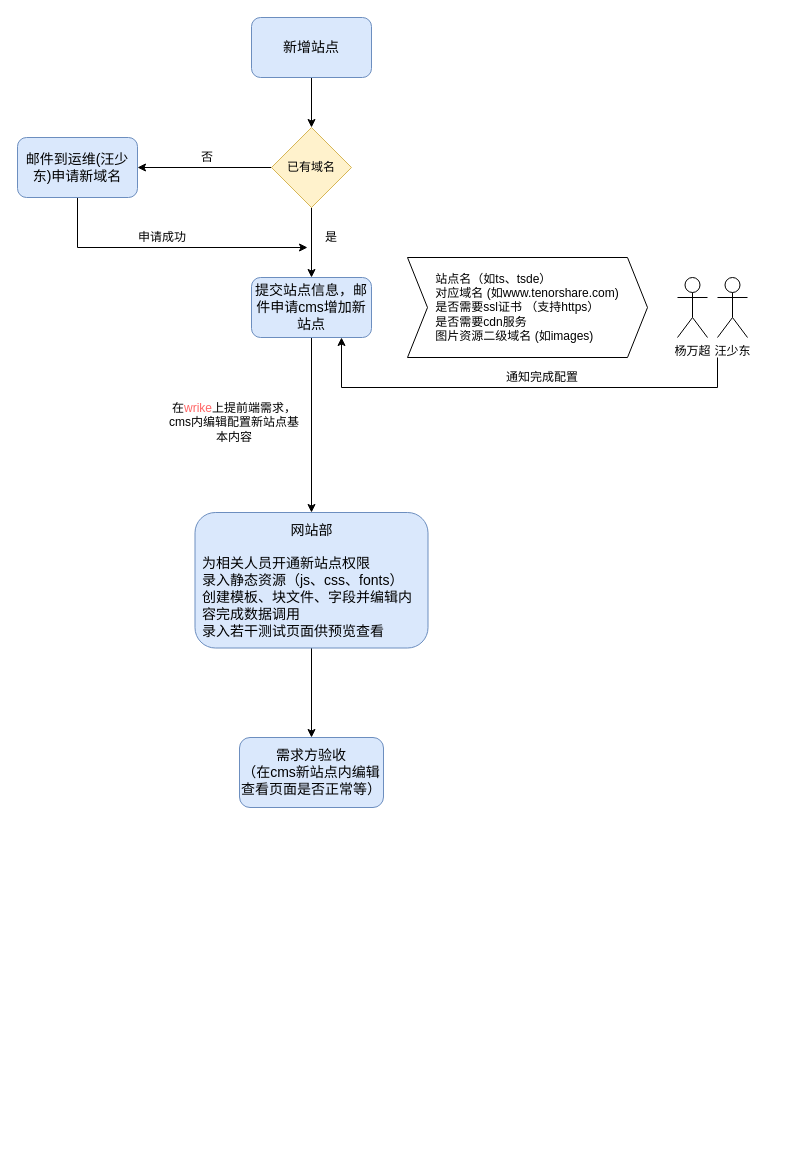
Above: page "cms新建站点流程" (11 of 15) of Untitled Diagram.drawio in wxlxxx/draw.io (draw.io), before the change. Source tidied: cells renumbered, new cells numbered last; positions are measured from the earlier drawing's top-left corner, leaving out a move shared by most shapes. Both pictures are drawn from the tidied source at 100%, with x=0, y=0 at pixel (17, 17).
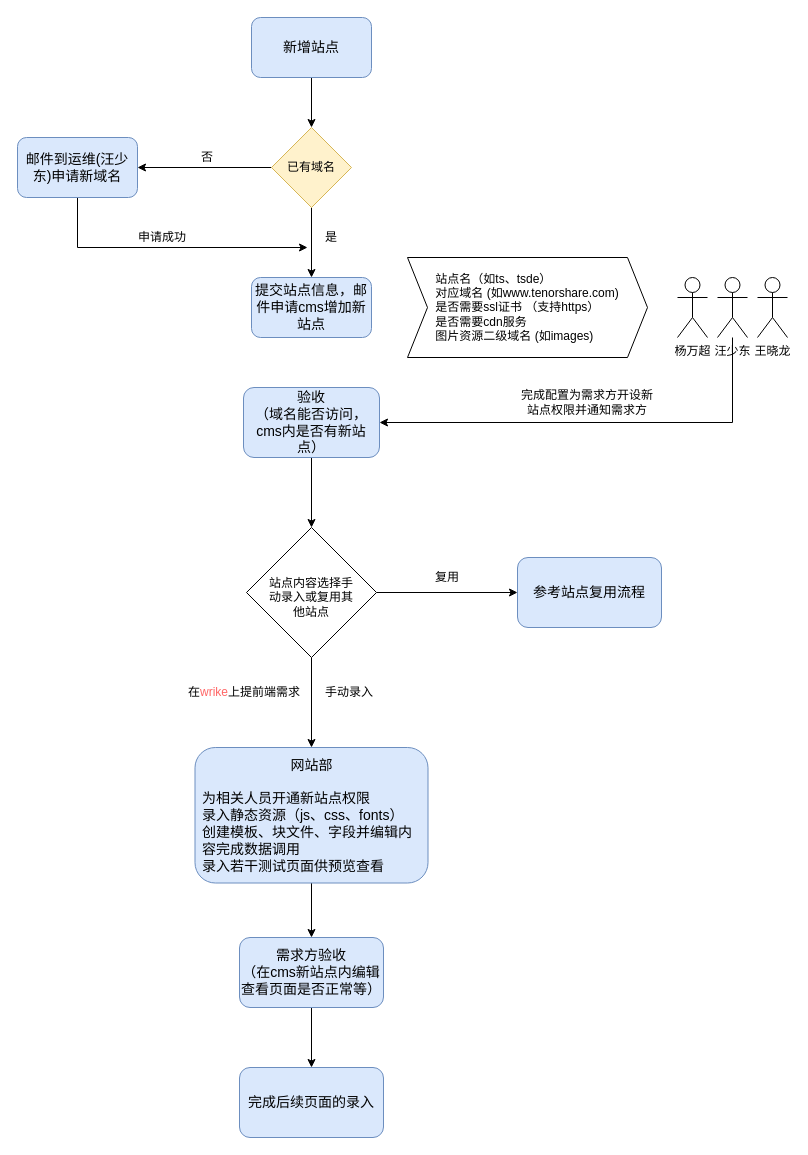
Above is the later version.

The change refers to these unchanged cells:
```xml
<mxCell id="11" value="&lt;font style=&quot;font-size: 14px&quot;&gt;提交站点信息，邮件申请cms增加新站点&lt;/font&gt;" style="rounded=1;whiteSpace=wrap;html=1;fillColor=#dae8fc;strokeColor=#6c8ebf;" parent="1" vertex="1">
  <mxGeometry x="234" y="260" width="120" height="60" as="geometry" />
</mxCell>
<mxCell id="18" value="汪少东" style="shape=umlActor;verticalLabelPosition=bottom;verticalAlign=top;html=1;outlineConnect=0;" parent="1" vertex="1">
  <mxGeometry x="700" y="260" width="30" height="60" as="geometry" />
</mxCell>
```

Diff of the diagram source:
```diff
@@
-    <mxCell id="10" style="edgeStyle=orthogonalEdgeStyle;rounded=0;jettySize=auto;html=1;entryX=0.5;entryY=0;entryDx=0;entryDy=0;" parent="1" edge="1" source="11" target="20">
-      <mxGeometry relative="1" as="geometry" />
-    </mxCell>
@@
-    <mxCell id="15" style="edgeStyle=orthogonalEdgeStyle;rounded=0;jettySize=auto;html=1;entryX=0.75;entryY=1;entryDx=0;entryDy=0;" parent="1" edge="1" target="11">
-      <mxGeometry relative="1" as="geometry">
-        <mxPoint x="700" y="340" as="sourcePoint" />
-        <Array as="points">
-          <mxPoint x="700" y="370" />
-          <mxPoint x="324" y="370" />
-        </Array>
-      </mxGeometry>
-    </mxCell>
@@
-    <mxCell id="17" value="通知完成配置" style="text;html=1;strokeColor=none;fillColor=none;align=center;verticalAlign=middle;whiteSpace=wrap;rounded=0;" parent="1" vertex="1">
-      <mxGeometry x="480" y="350" width="90" height="20" as="geometry" />
+    <mxCell id="17" value="完成配置为需求方开设新站点权限并通知需求方" style="text;html=1;strokeColor=none;fillColor=none;align=center;verticalAlign=middle;whiteSpace=wrap;rounded=0;" parent="1" vertex="1">
+      <mxGeometry x="500" y="370" width="140" height="30" as="geometry" />
     </mxCell>
+    <mxCell id="23" style="edgeStyle=orthogonalEdgeStyle;rounded=0;jettySize=auto;html=1;entryX=1;entryY=0.5;entryDx=0;entryDy=0;" parent="1" edge="1" source="18" target="30">
+      <mxGeometry relative="1" as="geometry">
+        <Array as="points">
+          <mxPoint x="715" y="405" />
+        </Array>
+      </mxGeometry>
+    </mxCell>
@@
     <mxCell id="20" value="&lt;span style=&quot;font-size: 14px&quot;&gt;网站部&lt;br&gt;&lt;br&gt;&lt;div style=&quot;text-align: left&quot;&gt;&lt;span&gt;为相关人员开通新站点权限&lt;/span&gt;&lt;/div&gt;&lt;div style=&quot;text-align: left&quot;&gt;&lt;span&gt;录入静态资源（js、css、fonts）&lt;/span&gt;&lt;/div&gt;&lt;div style=&quot;text-align: left&quot;&gt;创建模板、块文件、字段并编辑内容完成数据调用&lt;/div&gt;&lt;div style=&quot;text-align: left&quot;&gt;录入若干测试页面供预览查看&lt;/div&gt;&lt;/span&gt;" style="rounded=1;whiteSpace=wrap;html=1;fillColor=#dae8fc;strokeColor=#6c8ebf;spacingRight=6;spacingLeft=6;" parent="1" vertex="1">
-      <mxGeometry x="177.5" y="495" width="233" height="135.5" as="geometry" />
+      <mxGeometry x="177.5" y="730" width="233" height="135.5" as="geometry" />
     </mxCell>
-    <mxCell id="21" value="在&lt;font color=&quot;#ff6666&quot;&gt;wrike&lt;/font&gt;上提前端需求，cms内编辑配置新站点基本内容" style="text;html=1;strokeColor=none;fillColor=none;align=center;verticalAlign=middle;whiteSpace=wrap;rounded=0;" parent="1" vertex="1">
-      <mxGeometry x="150" y="380" width="134" height="50" as="geometry" />
+    <mxCell id="21" value="在&lt;font color=&quot;#ff6666&quot;&gt;wrike&lt;/font&gt;上提前端需求" style="text;html=1;strokeColor=none;fillColor=none;align=center;verticalAlign=middle;whiteSpace=wrap;rounded=0;" parent="1" vertex="1">
+      <mxGeometry x="160" y="650" width="134" height="50" as="geometry" />
     </mxCell>
+    <mxCell id="24" style="edgeStyle=orthogonalEdgeStyle;rounded=0;jettySize=auto;html=1;entryX=0.5;entryY=0;entryDx=0;entryDy=0;" parent="1" edge="1" source="22" target="34">
+      <mxGeometry relative="1" as="geometry" />
+    </mxCell>
     <mxCell id="22" value="&lt;font style=&quot;font-size: 14px&quot;&gt;需求方验收&lt;br&gt;（在cms新站点内编辑查看页面是否正常等）&lt;br&gt;&lt;/font&gt;" style="rounded=1;whiteSpace=wrap;html=1;fillColor=#dae8fc;strokeColor=#6c8ebf;" parent="1" vertex="1">
-      <mxGeometry x="222" y="720" width="144" height="70" as="geometry" />
+      <mxGeometry x="222" y="920" width="144" height="70" as="geometry" />
     </mxCell>
+    <mxCell id="25" value="&lt;font style=&quot;font-size: 14px&quot;&gt;参考站点复用流程&lt;br&gt;&lt;/font&gt;" style="rounded=1;whiteSpace=wrap;html=1;fillColor=#dae8fc;strokeColor=#6c8ebf;" parent="1" vertex="1">
+      <mxGeometry x="500" y="540" width="144" height="70" as="geometry" />
+    </mxCell>
+    <mxCell id="26" style="edgeStyle=orthogonalEdgeStyle;rounded=0;jettySize=auto;html=1;" parent="1" edge="1" source="28" target="25">
+      <mxGeometry relative="1" as="geometry" />
+    </mxCell>
+    <mxCell id="27" style="edgeStyle=orthogonalEdgeStyle;rounded=0;jettySize=auto;html=1;" parent="1" edge="1" source="28" target="20">
+      <mxGeometry relative="1" as="geometry" />
+    </mxCell>
+    <mxCell id="28" value="站点内容选择手动录入或复用其他站点" style="rhombus;whiteSpace=wrap;html=1;spacingRight=20;spacingLeft=20;spacingTop=10;" parent="1" vertex="1">
+      <mxGeometry x="229" y="510" width="130" height="130" as="geometry" />
+    </mxCell>
+    <mxCell id="29" style="edgeStyle=orthogonalEdgeStyle;rounded=0;jettySize=auto;html=1;entryX=0.5;entryY=0;entryDx=0;entryDy=0;" parent="1" edge="1" source="30" target="28">
+      <mxGeometry relative="1" as="geometry" />
+    </mxCell>
+    <mxCell id="30" value="&lt;font style=&quot;font-size: 14px&quot;&gt;验收&lt;br&gt;（域名能否访问，cms内是否有新站点）&lt;br&gt;&lt;/font&gt;" style="rounded=1;whiteSpace=wrap;html=1;fillColor=#dae8fc;strokeColor=#6c8ebf;" parent="1" vertex="1">
+      <mxGeometry x="226" y="370" width="136" height="70" as="geometry" />
+    </mxCell>
+    <mxCell id="31" value="王晓龙" style="shape=umlActor;verticalLabelPosition=bottom;verticalAlign=top;html=1;" parent="1" vertex="1">
+      <mxGeometry x="740" y="260" width="30" height="60" as="geometry" />
+    </mxCell>
+    <mxCell id="32" value="复用" style="text;html=1;strokeColor=none;fillColor=none;align=center;verticalAlign=middle;whiteSpace=wrap;rounded=0;" parent="1" vertex="1">
+      <mxGeometry x="410" y="550" width="40" height="20" as="geometry" />
+    </mxCell>
+    <mxCell id="33" value="手动录入" style="text;html=1;strokeColor=none;fillColor=none;align=center;verticalAlign=middle;whiteSpace=wrap;rounded=0;" parent="1" vertex="1">
+      <mxGeometry x="302" y="665" width="60" height="20" as="geometry" />
+    </mxCell>
+    <mxCell id="34" value="&lt;font style=&quot;font-size: 14px&quot;&gt;完成后续页面的录入&lt;br&gt;&lt;/font&gt;" style="rounded=1;whiteSpace=wrap;html=1;fillColor=#dae8fc;strokeColor=#6c8ebf;" parent="1" vertex="1">
+      <mxGeometry x="222" y="1050" width="144" height="70" as="geometry" />
+    </mxCell>
```
